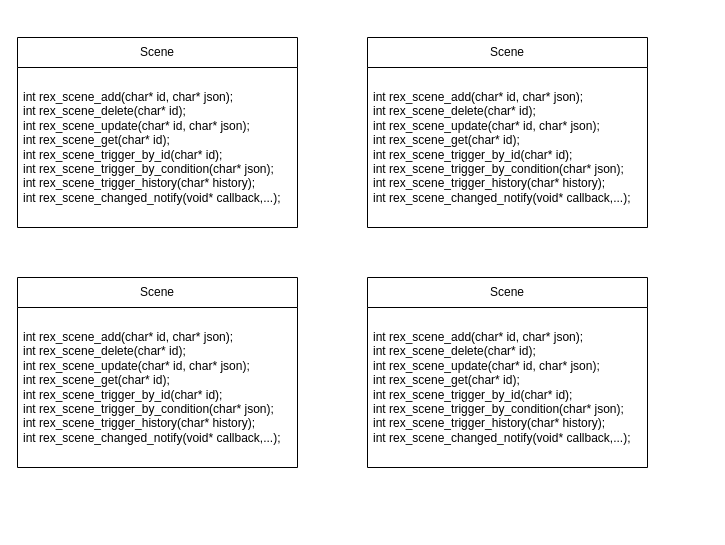
istemkk/drawio keeps this draw.io diagram as 未命名绘图.drawio. Above is the earlier version. Source tidied: cells renumbered, new cells numbered last; positions are measured from the earlier drawing's top-left corner, leaving out a move shared by most shapes. Both pictures are drawn from the tidied source at 100%, with x=0, y=0 at pixel (17, 37).
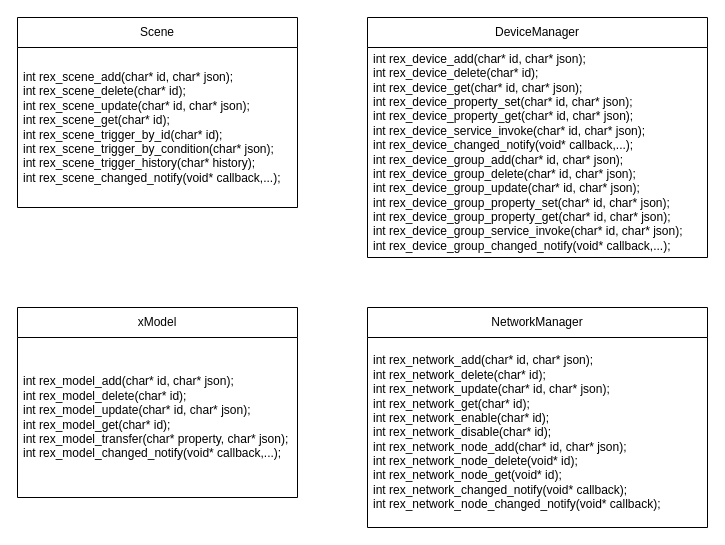
After the change.

Commit message:
更新未命名绘图.drawio

What changed in the source:
```diff
@@
 <mxGraphModel>
   <root>
     <mxCell id="0" />
     <mxCell id="1" parent="0" />
     <mxCell id="2" value="Scene" style="swimlane;fontStyle=0;horizontal=1;startSize=30;whiteSpace=wrap;html=1;" parent="1" vertex="1">
-      <mxGeometry width="280" height="190" as="geometry" />
+      <mxGeometry y="-20" width="280" height="190" as="geometry" />
     </mxCell>
     <mxCell id="3" value="&lt;div style=&quot;border-color: var(--border-color);&quot;&gt;&lt;span style=&quot;background-color: initial;&quot;&gt;int rex_scene_add(char* id, char* json);&lt;/span&gt;&lt;br&gt;&lt;/div&gt;&lt;div style=&quot;border-color: var(--border-color);&quot;&gt;&lt;span style=&quot;border-color: var(--border-color); background-color: initial;&quot;&gt;int rex_scene_delete(char* id);&lt;/span&gt;&lt;/div&gt;&lt;div style=&quot;border-color: var(--border-color);&quot;&gt;&lt;span style=&quot;border-color: var(--border-color); background-color: initial;&quot;&gt;int rex_scene_update(&lt;/span&gt;&lt;span style=&quot;border-color: var(--border-color); background-color: initial;&quot;&gt;char* id, char* json);&lt;/span&gt;&lt;/div&gt;&lt;div style=&quot;border-color: var(--border-color);&quot;&gt;int rex_scene_get(char* id);&lt;span style=&quot;border-color: var(--border-color); background-color: initial;&quot;&gt;&lt;br style=&quot;border-color: var(--border-color);&quot;&gt;&lt;/span&gt;&lt;/div&gt;&lt;div style=&quot;border-color: var(--border-color);&quot;&gt;int rex_scene_trigger_by_id(char* id);&lt;br style=&quot;border-color: var(--border-color);&quot;&gt;&lt;/div&gt;&lt;div style=&quot;border-color: var(--border-color);&quot;&gt;int rex_scene_trigger_by_condition(char* json);&lt;br style=&quot;border-color: var(--border-color);&quot;&gt;&lt;/div&gt;&lt;div style=&quot;border-color: var(--border-color);&quot;&gt;int rex_scene_trigger_history(char* history);&lt;br style=&quot;border-color: var(--border-color);&quot;&gt;&lt;/div&gt;&lt;div style=&quot;border-color: var(--border-color);&quot;&gt;int rex_scene_changed_notify(void* callback,...);&lt;/div&gt;" style="text;strokeColor=none;fillColor=none;align=left;verticalAlign=middle;spacingLeft=4;spacingRight=4;overflow=hidden;whiteSpace=wrap;html=1;" parent="2" vertex="1">
       <mxGeometry y="30" width="280" height="160" as="geometry" />
     </mxCell>
-    <mxCell id="4" value="Scene" style="swimlane;fontStyle=0;horizontal=1;startSize=30;whiteSpace=wrap;html=1;" parent="1" vertex="1">
-      <mxGeometry y="240" width="280" height="190" as="geometry" />
+    <mxCell id="4" value="NetworkManager" style="swimlane;fontStyle=0;horizontal=1;startSize=30;whiteSpace=wrap;html=1;" parent="1" vertex="1">
+      <mxGeometry x="350" y="270" width="340" height="220" as="geometry" />
     </mxCell>
-    <mxCell id="5" value="&lt;div style=&quot;border-color: var(--border-color);&quot;&gt;&lt;span style=&quot;background-color: initial;&quot;&gt;int rex_scene_add(char* id, char* json);&lt;/span&gt;&lt;br&gt;&lt;/div&gt;&lt;div style=&quot;border-color: var(--border-color);&quot;&gt;&lt;span style=&quot;border-color: var(--border-color); background-color: initial;&quot;&gt;int rex_scene_delete(char* id);&lt;/span&gt;&lt;/div&gt;&lt;div style=&quot;border-color: var(--border-color);&quot;&gt;&lt;span style=&quot;border-color: var(--border-color); background-color: initial;&quot;&gt;int rex_scene_update(&lt;/span&gt;&lt;span style=&quot;border-color: var(--border-color); background-color: initial;&quot;&gt;char* id, char* json);&lt;/span&gt;&lt;/div&gt;&lt;div style=&quot;border-color: var(--border-color);&quot;&gt;int rex_scene_get(char* id);&lt;span style=&quot;border-color: var(--border-color); background-color: initial;&quot;&gt;&lt;br style=&quot;border-color: var(--border-color);&quot;&gt;&lt;/span&gt;&lt;/div&gt;&lt;div style=&quot;border-color: var(--border-color);&quot;&gt;int rex_scene_trigger_by_id(char* id);&lt;br style=&quot;border-color: var(--border-color);&quot;&gt;&lt;/div&gt;&lt;div style=&quot;border-color: var(--border-color);&quot;&gt;int rex_scene_trigger_by_condition(char* json);&lt;br style=&quot;border-color: var(--border-color);&quot;&gt;&lt;/div&gt;&lt;div style=&quot;border-color: var(--border-color);&quot;&gt;int rex_scene_trigger_history(char* history);&lt;br style=&quot;border-color: var(--border-color);&quot;&gt;&lt;/div&gt;&lt;div style=&quot;border-color: var(--border-color);&quot;&gt;int rex_scene_changed_notify(void* callback,...);&lt;/div&gt;" style="text;strokeColor=none;fillColor=none;align=left;verticalAlign=middle;spacingLeft=4;spacingRight=4;overflow=hidden;whiteSpace=wrap;html=1;" parent="4" vertex="1">
-      <mxGeometry y="30" width="280" height="160" as="geometry" />
+    <mxCell id="5" value="&lt;div style=&quot;border-color: var(--border-color);&quot;&gt;&lt;span style=&quot;background-color: initial;&quot;&gt;int rex_network_add(char* id, char* json);&lt;/span&gt;&lt;br&gt;&lt;/div&gt;&lt;div style=&quot;border-color: var(--border-color);&quot;&gt;&lt;span style=&quot;border-color: var(--border-color); background-color: initial;&quot;&gt;int rex_network_delete(char* id);&lt;/span&gt;&lt;/div&gt;&lt;div style=&quot;border-color: var(--border-color);&quot;&gt;&lt;span style=&quot;border-color: var(--border-color); background-color: initial;&quot;&gt;int rex_network_update(&lt;/span&gt;&lt;span style=&quot;border-color: var(--border-color); background-color: initial;&quot;&gt;char* id, char* json);&lt;/span&gt;&lt;/div&gt;&lt;div style=&quot;border-color: var(--border-color);&quot;&gt;int rex_network_get(char* id);&lt;span style=&quot;border-color: var(--border-color); background-color: initial;&quot;&gt;&lt;br style=&quot;border-color: var(--border-color);&quot;&gt;&lt;/span&gt;&lt;/div&gt;&lt;div style=&quot;border-color: var(--border-color);&quot;&gt;int rex_network_enable(char* id);&lt;br style=&quot;border-color: var(--border-color);&quot;&gt;&lt;/div&gt;&lt;div style=&quot;border-color: var(--border-color);&quot;&gt;int rex_network_disable(char* id);&lt;br style=&quot;border-color: var(--border-color);&quot;&gt;&lt;/div&gt;&lt;div style=&quot;border-color: var(--border-color);&quot;&gt;int rex_network_node_add(char* id, char* json);&lt;br style=&quot;border-color: var(--border-color);&quot;&gt;&lt;/div&gt;&lt;div style=&quot;border-color: var(--border-color);&quot;&gt;int rex_network_node_delete(void* id);&lt;/div&gt;&lt;div style=&quot;border-color: var(--border-color);&quot;&gt;int rex_network_node_get(void* id);&lt;br&gt;&lt;/div&gt;&lt;div style=&quot;border-color: var(--border-color);&quot;&gt;int rex_network_changed_notify(void* callback);&lt;br&gt;&lt;/div&gt;&lt;div style=&quot;border-color: var(--border-color);&quot;&gt;int rex_network_node_changed_notify(void* callback);&lt;br&gt;&lt;/div&gt;" style="text;strokeColor=none;fillColor=none;align=left;verticalAlign=middle;spacingLeft=4;spacingRight=4;overflow=hidden;whiteSpace=wrap;html=1;" parent="4" vertex="1">
+      <mxGeometry y="30" width="340" height="190" as="geometry" />
     </mxCell>
-    <mxCell id="6" value="Scene" style="swimlane;fontStyle=0;horizontal=1;startSize=30;whiteSpace=wrap;html=1;" parent="1" vertex="1">
-      <mxGeometry x="350" width="280" height="190" as="geometry" />
+    <mxCell id="6" value="DeviceManager" style="swimlane;fontStyle=0;horizontal=1;startSize=30;whiteSpace=wrap;html=1;" parent="1" vertex="1">
+      <mxGeometry x="350" y="-20" width="340" height="240" as="geometry" />
     </mxCell>
-    <mxCell id="7" value="&lt;div style=&quot;border-color: var(--border-color);&quot;&gt;&lt;span style=&quot;background-color: initial;&quot;&gt;int rex_scene_add(char* id, char* json);&lt;/span&gt;&lt;br&gt;&lt;/div&gt;&lt;div style=&quot;border-color: var(--border-color);&quot;&gt;&lt;span style=&quot;border-color: var(--border-color); background-color: initial;&quot;&gt;int rex_scene_delete(char* id);&lt;/span&gt;&lt;/div&gt;&lt;div style=&quot;border-color: var(--border-color);&quot;&gt;&lt;span style=&quot;border-color: var(--border-color); background-color: initial;&quot;&gt;int rex_scene_update(&lt;/span&gt;&lt;span style=&quot;border-color: var(--border-color); background-color: initial;&quot;&gt;char* id, char* json);&lt;/span&gt;&lt;/div&gt;&lt;div style=&quot;border-color: var(--border-color);&quot;&gt;int rex_scene_get(char* id);&lt;span style=&quot;border-color: var(--border-color); background-color: initial;&quot;&gt;&lt;br style=&quot;border-color: var(--border-color);&quot;&gt;&lt;/span&gt;&lt;/div&gt;&lt;div style=&quot;border-color: var(--border-color);&quot;&gt;int rex_scene_trigger_by_id(char* id);&lt;br style=&quot;border-color: var(--border-color);&quot;&gt;&lt;/div&gt;&lt;div style=&quot;border-color: var(--border-color);&quot;&gt;int rex_scene_trigger_by_condition(char* json);&lt;br style=&quot;border-color: var(--border-color);&quot;&gt;&lt;/div&gt;&lt;div style=&quot;border-color: var(--border-color);&quot;&gt;int rex_scene_trigger_history(char* history);&lt;br style=&quot;border-color: var(--border-color);&quot;&gt;&lt;/div&gt;&lt;div style=&quot;border-color: var(--border-color);&quot;&gt;int rex_scene_changed_notify(void* callback,...);&lt;/div&gt;" style="text;strokeColor=none;fillColor=none;align=left;verticalAlign=middle;spacingLeft=4;spacingRight=4;overflow=hidden;whiteSpace=wrap;html=1;" parent="6" vertex="1">
-      <mxGeometry y="30" width="280" height="160" as="geometry" />
+    <mxCell id="7" value="&lt;div style=&quot;border-color: var(--border-color);&quot;&gt;&lt;span style=&quot;background-color: initial;&quot;&gt;int rex_device_add(char* id, char* json);&lt;/span&gt;&lt;br&gt;&lt;/div&gt;&lt;div style=&quot;border-color: var(--border-color);&quot;&gt;&lt;span style=&quot;border-color: var(--border-color); background-color: initial;&quot;&gt;int rex_device_delete(char* id);&lt;/span&gt;&lt;/div&gt;&lt;div style=&quot;border-color: var(--border-color);&quot;&gt;int rex_device_get(char* id, char* json);&lt;span style=&quot;border-color: var(--border-color); background-color: initial;&quot;&gt;&lt;br style=&quot;border-color: var(--border-color);&quot;&gt;&lt;/span&gt;&lt;/div&gt;&lt;div style=&quot;border-color: var(--border-color);&quot;&gt;int rex_device_property_set(char* id, char* json);&lt;br style=&quot;border-color: var(--border-color);&quot;&gt;&lt;/div&gt;&lt;div style=&quot;border-color: var(--border-color);&quot;&gt;int rex_device_property_get(char* id, char* json);&lt;br style=&quot;border-color: var(--border-color);&quot;&gt;&lt;/div&gt;&lt;div style=&quot;border-color: var(--border-color);&quot;&gt;&lt;div style=&quot;border-color: var(--border-color);&quot;&gt;int rex_device_service_invoke(char* id, char* json);&lt;/div&gt;&lt;div style=&quot;border-color: var(--border-color);&quot;&gt;int rex_device_changed_notify(void* callback,...);&lt;br&gt;&lt;/div&gt;&lt;/div&gt;&lt;div style=&quot;border-color: var(--border-color);&quot;&gt;int rex_device_group_add(char* id, char* json);&lt;br style=&quot;border-color: var(--border-color);&quot;&gt;&lt;/div&gt;&lt;div style=&quot;border-color: var(--border-color);&quot;&gt;int rex_device_group_delete(char* id, char* json);&lt;/div&gt;&lt;div style=&quot;border-color: var(--border-color);&quot;&gt;&lt;div style=&quot;border-color: var(--border-color);&quot;&gt;int rex_device_group_update(char* id, char* json);&lt;/div&gt;&lt;div style=&quot;border-color: var(--border-color);&quot;&gt;int rex_device_group_property_set(char* id, char* json);&lt;/div&gt;&lt;div style=&quot;border-color: var(--border-color);&quot;&gt;&lt;div style=&quot;border-color: var(--border-color);&quot;&gt;int rex_device_group_property_get(char* id, char* json);&lt;/div&gt;&lt;div style=&quot;border-color: var(--border-color);&quot;&gt;&lt;div style=&quot;border-color: var(--border-color);&quot;&gt;int rex_device_group_service_invoke(char* id, char* json);&lt;/div&gt;&lt;div style=&quot;border-color: var(--border-color);&quot;&gt;int rex_device_group_changed_notify(void* callback,...);&lt;br&gt;&lt;/div&gt;&lt;/div&gt;&lt;/div&gt;&lt;/div&gt;" style="text;strokeColor=none;fillColor=none;align=left;verticalAlign=middle;spacingLeft=4;spacingRight=4;overflow=hidden;whiteSpace=wrap;html=1;" parent="6" vertex="1">
+      <mxGeometry y="30" width="340" height="210" as="geometry" />
     </mxCell>
-    <mxCell id="8" value="Scene" style="swimlane;fontStyle=0;horizontal=1;startSize=30;whiteSpace=wrap;html=1;" parent="1" vertex="1">
-      <mxGeometry x="350" y="240" width="280" height="190" as="geometry" />
+    <mxCell id="8" value="xModel" style="swimlane;fontStyle=0;horizontal=1;startSize=30;whiteSpace=wrap;html=1;" parent="1" vertex="1">
+      <mxGeometry y="270" width="280" height="190" as="geometry" />
     </mxCell>
-    <mxCell id="9" value="&lt;div style=&quot;border-color: var(--border-color);&quot;&gt;&lt;span style=&quot;background-color: initial;&quot;&gt;int rex_scene_add(char* id, char* json);&lt;/span&gt;&lt;br&gt;&lt;/div&gt;&lt;div style=&quot;border-color: var(--border-color);&quot;&gt;&lt;span style=&quot;border-color: var(--border-color); background-color: initial;&quot;&gt;int rex_scene_delete(char* id);&lt;/span&gt;&lt;/div&gt;&lt;div style=&quot;border-color: var(--border-color);&quot;&gt;&lt;span style=&quot;border-color: var(--border-color); background-color: initial;&quot;&gt;int rex_scene_update(&lt;/span&gt;&lt;span style=&quot;border-color: var(--border-color); background-color: initial;&quot;&gt;char* id, char* json);&lt;/span&gt;&lt;/div&gt;&lt;div style=&quot;border-color: var(--border-color);&quot;&gt;int rex_scene_get(char* id);&lt;span style=&quot;border-color: var(--border-color); background-color: initial;&quot;&gt;&lt;br style=&quot;border-color: var(--border-color);&quot;&gt;&lt;/span&gt;&lt;/div&gt;&lt;div style=&quot;border-color: var(--border-color);&quot;&gt;int rex_scene_trigger_by_id(char* id);&lt;br style=&quot;border-color: var(--border-color);&quot;&gt;&lt;/div&gt;&lt;div style=&quot;border-color: var(--border-color);&quot;&gt;int rex_scene_trigger_by_condition(char* json);&lt;br style=&quot;border-color: var(--border-color);&quot;&gt;&lt;/div&gt;&lt;div style=&quot;border-color: var(--border-color);&quot;&gt;int rex_scene_trigger_history(char* history);&lt;br style=&quot;border-color: var(--border-color);&quot;&gt;&lt;/div&gt;&lt;div style=&quot;border-color: var(--border-color);&quot;&gt;int rex_scene_changed_notify(void* callback,...);&lt;/div&gt;" style="text;strokeColor=none;fillColor=none;align=left;verticalAlign=middle;spacingLeft=4;spacingRight=4;overflow=hidden;whiteSpace=wrap;html=1;" parent="8" vertex="1">
+    <mxCell id="9" value="&lt;div style=&quot;border-color: var(--border-color);&quot;&gt;&lt;span style=&quot;background-color: initial;&quot;&gt;int rex_model_add(char* id, char* json);&lt;/span&gt;&lt;br&gt;&lt;/div&gt;&lt;div style=&quot;border-color: var(--border-color);&quot;&gt;int rex_model&lt;span style=&quot;border-color: var(--border-color); background-color: initial;&quot;&gt;_delete(char* id);&lt;/span&gt;&lt;/div&gt;&lt;div style=&quot;border-color: var(--border-color);&quot;&gt;&lt;span style=&quot;border-color: var(--border-color); background-color: initial;&quot;&gt;int rex_model_update(&lt;/span&gt;&lt;span style=&quot;border-color: var(--border-color); background-color: initial;&quot;&gt;char* id, char* json);&lt;/span&gt;&lt;/div&gt;&lt;div style=&quot;border-color: var(--border-color);&quot;&gt;int rex_model_get(char* id);&lt;span style=&quot;border-color: var(--border-color); background-color: initial;&quot;&gt;&lt;br style=&quot;border-color: var(--border-color);&quot;&gt;&lt;/span&gt;&lt;/div&gt;&lt;div style=&quot;border-color: var(--border-color);&quot;&gt;int rex_model_transfer(char* property, char* json);&lt;/div&gt;&lt;div style=&quot;border-color: var(--border-color);&quot;&gt;int rex_model_changed_notify(void* callback,...);&lt;/div&gt;" style="text;strokeColor=none;fillColor=none;align=left;verticalAlign=middle;spacingLeft=4;spacingRight=4;overflow=hidden;whiteSpace=wrap;html=1;" parent="8" vertex="1">
       <mxGeometry y="30" width="280" height="160" as="geometry" />
     </mxCell>
   </root>
 </mxGraphModel>
```
